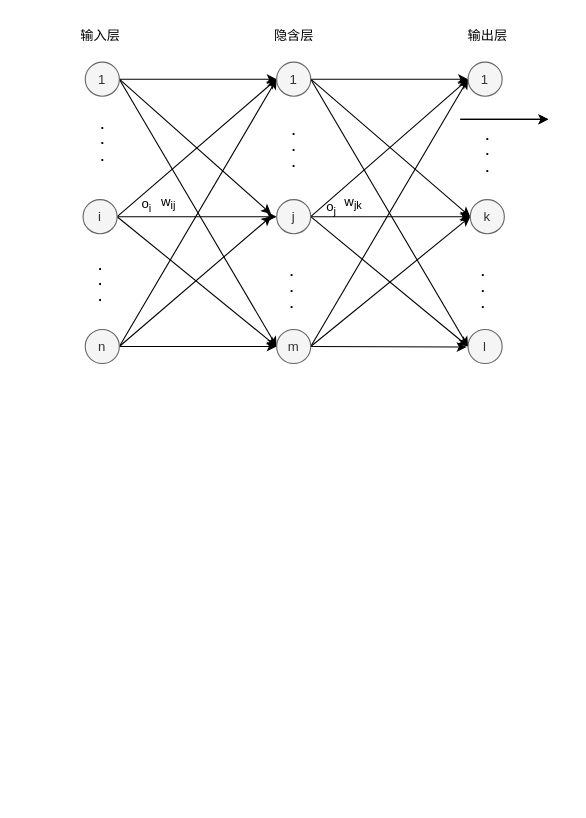
This is 2023/06/08/两层神经网络BP算法/neural network.drawio from congli01/congli01.github.io, a draw.io file, before an edit. Source tidied: cells renumbered, new cells numbered last; positions are measured from the earlier drawing's top-left corner, leaving out a move shared by most shapes. Both pictures are drawn from the tidied source at 110%, with x=0, y=0 at pixel (67, 19).
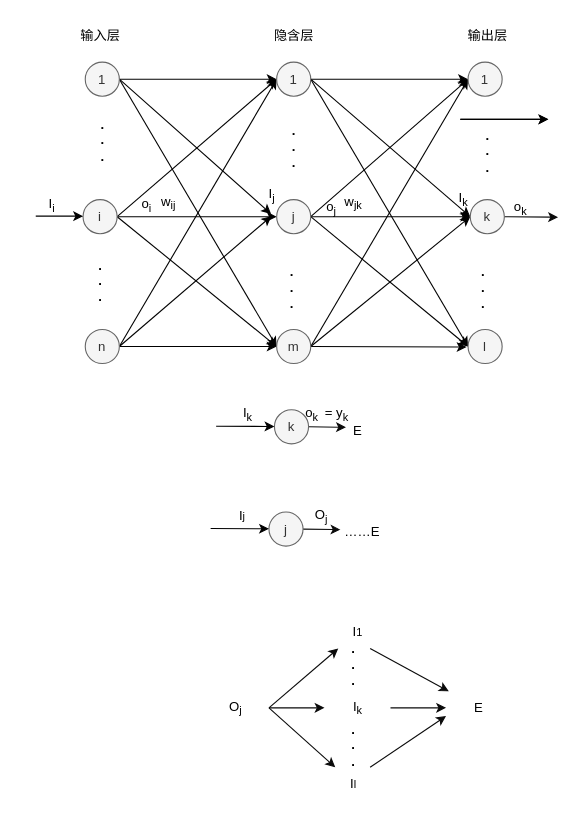
Above is the later version.

The change refers to these unchanged cells:
```xml
<mxCell id="27" value="k" style="ellipse;whiteSpace=wrap;html=1;fillColor=#f5f5f5;fontColor=#333333;strokeColor=#666666;" parent="1" vertex="1">
  <mxGeometry x="366" y="164" width="31" height="31" as="geometry" />
</mxCell>
```

Change to the diagram source:
```diff
@@
+    <mxCell id="44" style="edgeStyle=none;html=1;exitX=1;exitY=0.5;exitDx=0;exitDy=0;strokeColor=#0A0A0A;" parent="1" edge="1" source="27">
+      <mxGeometry relative="1" as="geometry">
+        <mxPoint x="445.8" y="180" as="targetPoint" />
+      </mxGeometry>
+    </mxCell>
@@
+    <mxCell id="45" value="o&lt;sub&gt;k&lt;/sub&gt;" style="text;strokeColor=none;align=center;fillColor=none;html=1;verticalAlign=middle;whiteSpace=wrap;rounded=0;fontColor=#000000;" parent="1" vertex="1">
+      <mxGeometry x="382" y="157" width="60" height="30" as="geometry" />
+    </mxCell>
+    <mxCell id="46" style="edgeStyle=none;html=1;entryX=0;entryY=0.5;entryDx=0;entryDy=0;strokeColor=#000000;fontColor=#000000;" parent="1" edge="1">
+      <mxGeometry relative="1" as="geometry">
+        <mxPoint x="-29" y="179" as="sourcePoint" />
+        <mxPoint x="14" y="179" as="targetPoint" />
+      </mxGeometry>
+    </mxCell>
+    <mxCell id="47" value="&lt;font color=&quot;#000000&quot;&gt;I&lt;sub&gt;j&lt;/sub&gt;&lt;/font&gt;" style="text;strokeColor=none;align=center;fillColor=none;html=1;verticalAlign=middle;whiteSpace=wrap;rounded=0;" parent="1" vertex="1">
+      <mxGeometry x="156" y="145" width="60" height="30" as="geometry" />
+    </mxCell>
+    <mxCell id="48" value="&lt;font color=&quot;#000000&quot;&gt;I&lt;sub&gt;i&lt;/sub&gt;&lt;/font&gt;" style="text;strokeColor=none;align=center;fillColor=none;html=1;verticalAlign=middle;whiteSpace=wrap;rounded=0;" parent="1" vertex="1">
+      <mxGeometry x="-44" y="154" width="60" height="30" as="geometry" />
+    </mxCell>
+    <mxCell id="49" value="&lt;font color=&quot;#000000&quot;&gt;I&lt;sub&gt;k&lt;/sub&gt;&lt;/font&gt;" style="text;strokeColor=none;align=center;fillColor=none;html=1;verticalAlign=middle;whiteSpace=wrap;rounded=0;" parent="1" vertex="1">
+      <mxGeometry x="330" y="149" width="60" height="30" as="geometry" />
+    </mxCell>
+    <mxCell id="50" style="edgeStyle=none;html=1;exitX=1;exitY=0.5;exitDx=0;exitDy=0;strokeColor=#0A0A0A;fontColor=#000000;" parent="1" edge="1" source="51">
+      <mxGeometry relative="1" as="geometry">
+        <mxPoint x="253" y="371" as="targetPoint" />
+      </mxGeometry>
+    </mxCell>
+    <mxCell id="51" value="k" style="ellipse;whiteSpace=wrap;html=1;fillColor=#f5f5f5;fontColor=#333333;strokeColor=#666666;" parent="1" vertex="1">
+      <mxGeometry x="188" y="355" width="31" height="31" as="geometry" />
+    </mxCell>
+    <mxCell id="52" value="o&lt;sub&gt;k&amp;nbsp;&lt;/sub&gt;&amp;nbsp;= y&lt;sub&gt;k&lt;/sub&gt;" style="text;strokeColor=none;align=center;fillColor=none;html=1;verticalAlign=middle;whiteSpace=wrap;rounded=0;fontColor=#000000;" parent="1" vertex="1">
+      <mxGeometry x="206" y="344" width="60" height="30" as="geometry" />
+    </mxCell>
+    <mxCell id="53" style="edgeStyle=none;html=1;entryX=0;entryY=0.5;entryDx=0;entryDy=0;strokeColor=#000000;fontColor=#000000;" parent="1" edge="1">
+      <mxGeometry relative="1" as="geometry">
+        <mxPoint x="135" y="370" as="sourcePoint" />
+        <mxPoint x="188" y="370.2" as="targetPoint" />
+      </mxGeometry>
+    </mxCell>
+    <mxCell id="54" value="&lt;font color=&quot;#000000&quot;&gt;I&lt;sub&gt;k&lt;/sub&gt;&lt;/font&gt;" style="text;strokeColor=none;align=center;fillColor=none;html=1;verticalAlign=middle;whiteSpace=wrap;rounded=0;" parent="1" vertex="1">
+      <mxGeometry x="134" y="344" width="60" height="30" as="geometry" />
+    </mxCell>
+    <mxCell id="55" value="E" style="text;strokeColor=none;align=center;fillColor=none;html=1;verticalAlign=middle;whiteSpace=wrap;rounded=0;fontColor=#000000;" parent="1" vertex="1">
+      <mxGeometry x="233.5" y="359" width="60" height="30" as="geometry" />
+    </mxCell>
+    <mxCell id="56" style="edgeStyle=none;html=1;exitX=1;exitY=0.5;exitDx=0;exitDy=0;strokeColor=#0A0A0A;fontColor=#000000;" parent="1" edge="1" source="57">
+      <mxGeometry relative="1" as="geometry">
+        <mxPoint x="248" y="464" as="targetPoint" />
+      </mxGeometry>
+    </mxCell>
+    <mxCell id="57" value="j" style="ellipse;whiteSpace=wrap;html=1;fillColor=#f5f5f5;fontColor=#333333;strokeColor=#666666;" parent="1" vertex="1">
+      <mxGeometry x="183" y="448" width="31" height="31" as="geometry" />
+    </mxCell>
+    <mxCell id="58" value="O&lt;sub&gt;j&lt;/sub&gt;" style="text;strokeColor=none;align=center;fillColor=none;html=1;verticalAlign=middle;whiteSpace=wrap;rounded=0;fontColor=#000000;" parent="1" vertex="1">
+      <mxGeometry x="201" y="437" width="60" height="30" as="geometry" />
+    </mxCell>
+    <mxCell id="59" style="edgeStyle=none;html=1;entryX=0;entryY=0.5;entryDx=0;entryDy=0;strokeColor=#000000;fontColor=#000000;" parent="1" edge="1">
+      <mxGeometry relative="1" as="geometry">
+        <mxPoint x="130" y="463" as="sourcePoint" />
+        <mxPoint x="183" y="463.2" as="targetPoint" />
+      </mxGeometry>
+    </mxCell>
+    <mxCell id="60" value="&lt;font color=&quot;#000000&quot;&gt;I&lt;span style=&quot;font-size: 10px;&quot;&gt;j&lt;/span&gt;&lt;/font&gt;" style="text;strokeColor=none;align=center;fillColor=none;html=1;verticalAlign=middle;whiteSpace=wrap;rounded=0;" parent="1" vertex="1">
+      <mxGeometry x="129" y="437" width="60" height="30" as="geometry" />
+    </mxCell>
+    <mxCell id="61" value="……E" style="text;strokeColor=none;align=center;fillColor=none;html=1;verticalAlign=middle;whiteSpace=wrap;rounded=0;fontColor=#000000;" parent="1" vertex="1">
+      <mxGeometry x="238" y="451" width="60" height="30" as="geometry" />
+    </mxCell>
+    <mxCell id="62" style="edgeStyle=none;html=1;exitX=1;exitY=0.5;exitDx=0;exitDy=0;strokeColor=#0A0A0A;fontColor=#000000;" parent="1" edge="1" source="65" target="68">
+      <mxGeometry relative="1" as="geometry" />
+    </mxCell>
+    <mxCell id="63" style="edgeStyle=none;html=1;exitX=1;exitY=0.5;exitDx=0;exitDy=0;strokeColor=#0A0A0A;fontColor=#000000;" parent="1" edge="1" source="65" target="67">
+      <mxGeometry relative="1" as="geometry" />
+    </mxCell>
+    <mxCell id="64" style="edgeStyle=none;html=1;exitX=1;exitY=0.5;exitDx=0;exitDy=0;strokeColor=#0A0A0A;fontColor=#000000;" parent="1" edge="1" source="65" target="70">
+      <mxGeometry relative="1" as="geometry" />
+    </mxCell>
+    <mxCell id="65" value="O&lt;sub&gt;j&lt;/sub&gt;" style="text;strokeColor=none;align=center;fillColor=none;html=1;verticalAlign=middle;whiteSpace=wrap;rounded=0;fontColor=#000000;" parent="1" vertex="1">
+      <mxGeometry x="123" y="611" width="60" height="30" as="geometry" />
+    </mxCell>
+    <mxCell id="66" style="edgeStyle=none;html=1;exitX=1;exitY=0.5;exitDx=0;exitDy=0;strokeColor=#0A0A0A;fontColor=#000000;" parent="1" edge="1" source="67" target="71">
+      <mxGeometry relative="1" as="geometry" />
+    </mxCell>
+    <mxCell id="67" value="&lt;font color=&quot;#000000&quot;&gt;I&lt;sub&gt;k&lt;/sub&gt;&lt;/font&gt;" style="text;strokeColor=none;align=center;fillColor=none;html=1;verticalAlign=middle;whiteSpace=wrap;rounded=0;" parent="1" vertex="1">
+      <mxGeometry x="233.5" y="611" width="60" height="30" as="geometry" />
+    </mxCell>
+    <mxCell id="68" value="&lt;font color=&quot;#000000&quot;&gt;I&lt;span style=&quot;font-size: 10px;&quot;&gt;1&lt;/span&gt;&lt;/font&gt;" style="text;strokeColor=none;align=center;fillColor=none;html=1;verticalAlign=middle;whiteSpace=wrap;rounded=0;" parent="1" vertex="1">
+      <mxGeometry x="233.5" y="542" width="60" height="30" as="geometry" />
+    </mxCell>
+    <mxCell id="69" style="edgeStyle=none;html=1;exitX=0.75;exitY=0;exitDx=0;exitDy=0;entryX=0;entryY=0.75;entryDx=0;entryDy=0;strokeColor=#0A0A0A;fontColor=#000000;" parent="1" edge="1" source="70" target="71">
+      <mxGeometry relative="1" as="geometry" />
+    </mxCell>
+    <mxCell id="70" value="&lt;font color=&quot;#000000&quot;&gt;I&lt;span style=&quot;font-size: 10px;&quot;&gt;l&lt;/span&gt;&lt;/font&gt;" style="text;strokeColor=none;align=center;fillColor=none;html=1;verticalAlign=middle;whiteSpace=wrap;rounded=0;" parent="1" vertex="1">
+      <mxGeometry x="230" y="680" width="60" height="30" as="geometry" />
+    </mxCell>
+    <mxCell id="71" value="E" style="text;strokeColor=none;align=center;fillColor=none;html=1;verticalAlign=middle;whiteSpace=wrap;rounded=0;fontColor=#000000;" parent="1" vertex="1">
+      <mxGeometry x="344" y="611" width="60" height="30" as="geometry" />
+    </mxCell>
+    <mxCell id="72" style="edgeStyle=none;html=1;exitX=0.75;exitY=0;exitDx=0;exitDy=0;strokeColor=#0A0A0A;fontColor=#000000;" parent="1" edge="1" source="73" target="71">
+      <mxGeometry relative="1" as="geometry" />
+    </mxCell>
+    <mxCell id="73" value="&lt;b&gt;&lt;font color=&quot;#000000&quot;&gt;.&lt;br&gt;.&lt;br&gt;.&lt;br&gt;&lt;/font&gt;&lt;/b&gt;" style="text;strokeColor=none;align=center;fillColor=none;html=1;verticalAlign=middle;whiteSpace=wrap;rounded=0;" parent="1" vertex="1">
+      <mxGeometry x="230" y="572" width="60" height="30" as="geometry" />
+    </mxCell>
+    <mxCell id="74" value="&lt;b&gt;&lt;font color=&quot;#000000&quot;&gt;.&lt;br&gt;.&lt;br&gt;.&lt;br&gt;&lt;/font&gt;&lt;/b&gt;" style="text;strokeColor=none;align=center;fillColor=none;html=1;verticalAlign=middle;whiteSpace=wrap;rounded=0;" parent="1" vertex="1">
+      <mxGeometry x="230" y="645" width="60" height="30" as="geometry" />
+    </mxCell>
```
